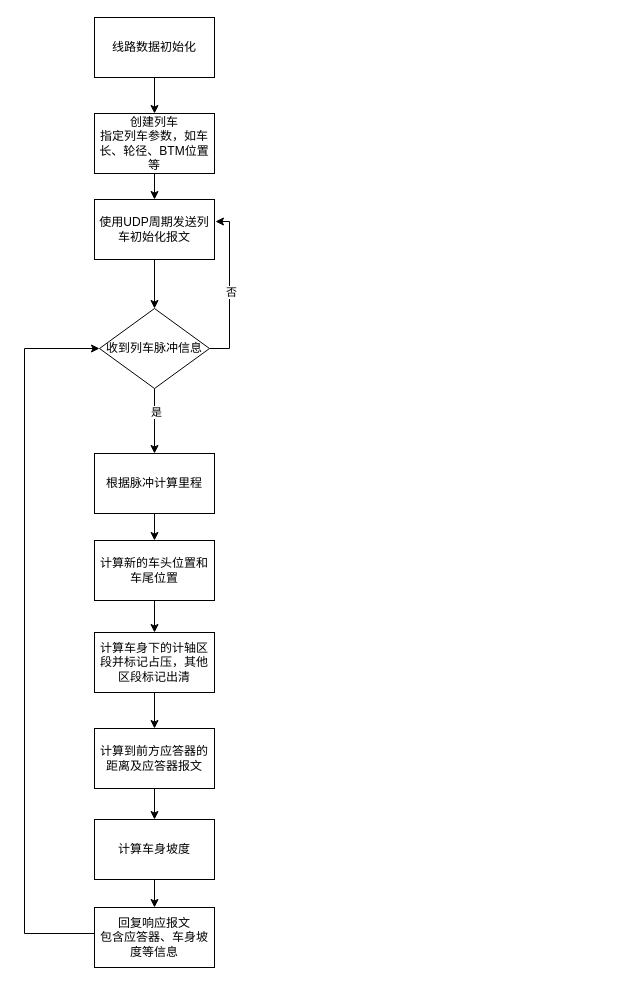
Earlier version of the draw.io diagram Trackside-And-Train-Communicaiton.drawio (how-chwong/nug). Source tidied: cells renumbered, new cells numbered last; positions are measured from the earlier drawing's top-left corner, leaving out a move shared by most shapes. Both pictures are drawn from the tidied source at 100%, with x=0, y=0 at pixel (24, 17).
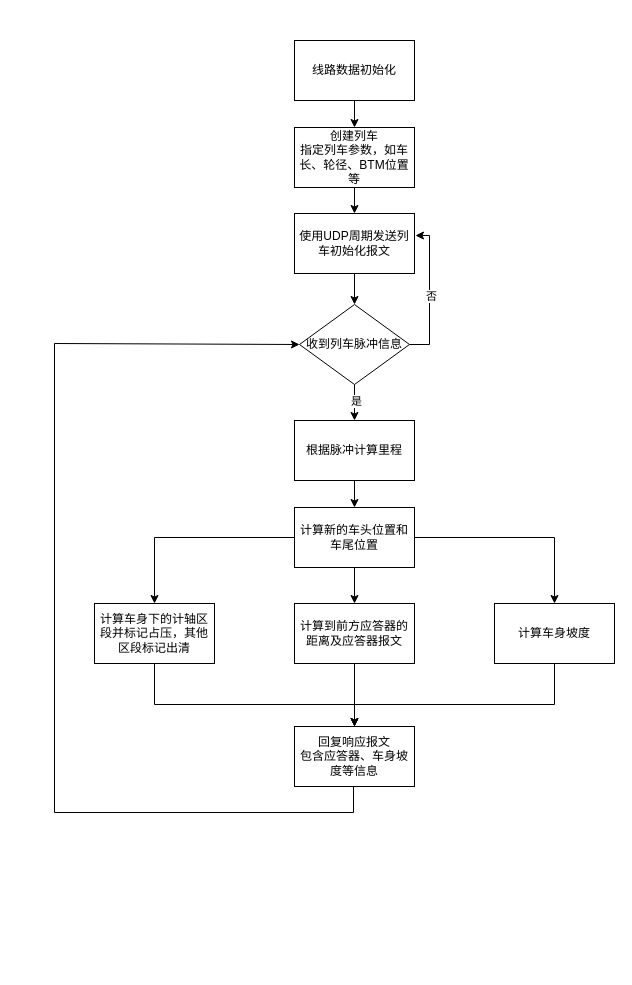
Above is the later version.

Diff of the diagram source:
```diff
@@
     <mxCell id="3" value="线路数据初始化" style="rounded=0;whiteSpace=wrap;html=1;" parent="1" vertex="1">
-      <mxGeometry x="70" width="120" height="60" as="geometry" />
+      <mxGeometry x="270" y="23" width="120" height="60" as="geometry" />
     </mxCell>
@@
     <mxCell id="5" value="创建列车&lt;div&gt;指定列车参数，如车长、轮径、BTM位置等&lt;/div&gt;" style="rounded=0;whiteSpace=wrap;html=1;" parent="1" vertex="1">
-      <mxGeometry x="70" y="96" width="120" height="60" as="geometry" />
+      <mxGeometry x="270" y="110" width="120" height="60" as="geometry" />
     </mxCell>
@@
     <mxCell id="7" value="使用UDP周期发送列车初始化报文" style="whiteSpace=wrap;html=1;rounded=0;" parent="1" vertex="1">
-      <mxGeometry x="70" y="182" width="120" height="60" as="geometry" />
+      <mxGeometry x="270" y="196" width="120" height="60" as="geometry" />
     </mxCell>
@@
     <mxCell id="10" value="收到列车脉冲信息" style="rhombus;whiteSpace=wrap;html=1;rounded=0;" parent="1" vertex="1">
-      <mxGeometry x="75" y="291" width="110" height="80" as="geometry" />
+      <mxGeometry x="275" y="287" width="110" height="80" as="geometry" />
     </mxCell>
@@
     <mxCell id="12" value="根据脉冲计算里程" style="whiteSpace=wrap;html=1;rounded=0;" parent="1" vertex="1">
-      <mxGeometry x="70" y="436" width="120" height="60" as="geometry" />
+      <mxGeometry x="270" y="403" width="120" height="60" as="geometry" />
     </mxCell>
@@
+    <mxCell id="25" style="edgeStyle=orthogonalEdgeStyle;rounded=0;jettySize=auto;html=1;" parent="1" edge="1" source="14" target="18">
+      <mxGeometry relative="1" as="geometry" />
+    </mxCell>
+    <mxCell id="26" style="edgeStyle=orthogonalEdgeStyle;rounded=0;jettySize=auto;html=1;entryX=0.5;entryY=0;entryDx=0;entryDy=0;" parent="1" edge="1" source="14" target="20">
+      <mxGeometry relative="1" as="geometry" />
+    </mxCell>
     <mxCell id="14" value="计算新的车头位置和车尾位置" style="whiteSpace=wrap;html=1;rounded=0;" parent="1" vertex="1">
-      <mxGeometry x="70" y="523" width="120" height="60" as="geometry" />
+      <mxGeometry x="270" y="490" width="120" height="60" as="geometry" />
     </mxCell>
-    <mxCell id="15" style="edgeStyle=orthogonalEdgeStyle;rounded=0;jettySize=auto;html=1;" parent="1" edge="1" source="16" target="18">
-      <mxGeometry relative="1" as="geometry" />
-    </mxCell>
+    <mxCell id="27" style="edgeStyle=orthogonalEdgeStyle;rounded=0;jettySize=auto;html=1;entryX=0.5;entryY=0;entryDx=0;entryDy=0;" parent="1" edge="1" source="16" target="22">
+      <mxGeometry relative="1" as="geometry">
+        <Array as="points">
+          <mxPoint x="130" y="687" />
+          <mxPoint x="330" y="687" />
+        </Array>
+      </mxGeometry>
+    </mxCell>
     <mxCell id="16" value="计算车身下的计轴区段并标记占压，其他区段标记出清" style="whiteSpace=wrap;html=1;rounded=0;" parent="1" vertex="1">
-      <mxGeometry x="70" y="615" width="120" height="60" as="geometry" />
+      <mxGeometry x="70" y="586" width="120" height="60" as="geometry" />
     </mxCell>
-    <mxCell id="17" style="edgeStyle=orthogonalEdgeStyle;rounded=0;jettySize=auto;html=1;" parent="1" edge="1" source="18" target="20">
-      <mxGeometry relative="1" as="geometry" />
-    </mxCell>
+    <mxCell id="28" style="edgeStyle=orthogonalEdgeStyle;rounded=0;jettySize=auto;html=1;entryX=0.5;entryY=0;entryDx=0;entryDy=0;" parent="1" edge="1" source="18" target="22">
+      <mxGeometry relative="1" as="geometry" />
+    </mxCell>
     <mxCell id="18" value="计算到前方应答器的距离及应答器报文" style="whiteSpace=wrap;html=1;rounded=0;" parent="1" vertex="1">
-      <mxGeometry x="70" y="711" width="120" height="60" as="geometry" />
+      <mxGeometry x="270" y="586" width="120" height="60" as="geometry" />
     </mxCell>
-    <mxCell id="19" style="edgeStyle=orthogonalEdgeStyle;rounded=0;jettySize=auto;html=1;" parent="1" edge="1" source="20" target="22">
-      <mxGeometry relative="1" as="geometry" />
+    <mxCell id="19" style="edgeStyle=orthogonalEdgeStyle;rounded=0;jettySize=auto;html=1;entryX=0.5;entryY=0;entryDx=0;entryDy=0;" parent="1" edge="1" source="20" target="22">
+      <mxGeometry relative="1" as="geometry">
+        <Array as="points">
+          <mxPoint x="530" y="687" />
+          <mxPoint x="330" y="687" />
+        </Array>
+      </mxGeometry>
     </mxCell>
     <mxCell id="20" value="计算车身坡度" style="whiteSpace=wrap;html=1;rounded=0;" parent="1" vertex="1">
-      <mxGeometry x="70" y="802" width="120" height="60" as="geometry" />
+      <mxGeometry x="470" y="586" width="120" height="60" as="geometry" />
     </mxCell>
-    <mxCell id="21" style="edgeStyle=orthogonalEdgeStyle;rounded=0;jettySize=auto;html=1;entryX=0;entryY=0.5;entryDx=0;entryDy=0;exitX=0;exitY=0.5;exitDx=0;exitDy=0;" parent="1" edge="1" source="22" target="10">
+    <mxCell id="21" style="edgeStyle=orthogonalEdgeStyle;rounded=0;jettySize=auto;html=1;entryX=0;entryY=0.5;entryDx=0;entryDy=0;exitX=0.5;exitY=1;exitDx=0;exitDy=0;" parent="1" edge="1" source="22" target="10">
       <mxGeometry relative="1" as="geometry">
         <Array as="points">
-          <mxPoint x="70" y="916" />
-          <mxPoint y="916" />
-          <mxPoint y="331" />
+          <mxPoint x="329" y="769" />
+          <mxPoint x="329" y="795" />
+          <mxPoint x="30" y="795" />
+          <mxPoint x="30" y="326" />
         </Array>
       </mxGeometry>
     </mxCell>
     <mxCell id="22" value="回复响应报文&lt;div&gt;包含应答器、车身坡度等信息&lt;/div&gt;" style="whiteSpace=wrap;html=1;rounded=0;" parent="1" vertex="1">
-      <mxGeometry x="70" y="890" width="120" height="60" as="geometry" />
+      <mxGeometry x="270" y="709" width="120" height="60" as="geometry" />
     </mxCell>
```
